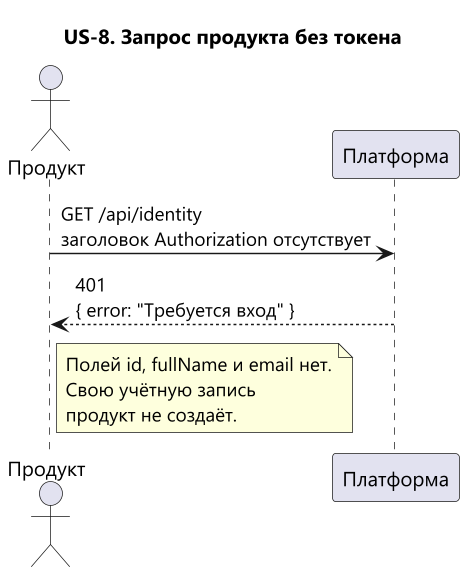
This is docs/diagrams/sequence-identity-error.png from Wladislava1/integrator-platform, a PlantUML export, as it was before one commit.
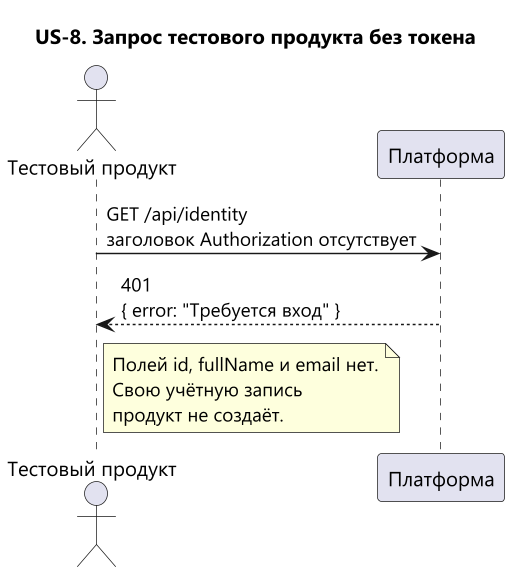
After the change.

The edit, as a diff of the source:
```diff
@@ -1,9 +1,9 @@
 @startuml sequence-identity-error
 skinparam defaultFontName Segoe UI
 skinparam dpi 140
-title US-8. Запрос продукта без токена
+title US-8. Запрос тестового продукта без токена
 
-actor "Продукт" as product
+actor "Тестовый продукт" as product
 participant "Платформа" as api
 
 product -> api : GET /api/identity\nзаголовок Authorization отсутствует
```
